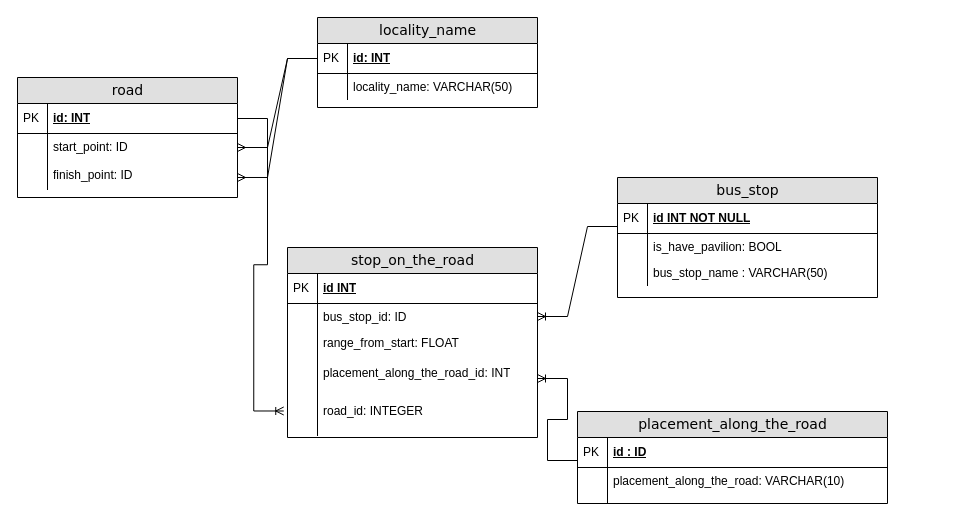
This is lab2/Untitled Diagram.drawio from omgwer/Databases, a draw.io file, before an edit. Source tidied: cells renumbered, new cells numbered last; positions are measured from the earlier drawing's top-left corner, leaving out a move shared by most shapes. Both pictures are drawn from the tidied source at 100%, with x=0, y=0 at pixel (17, 17).
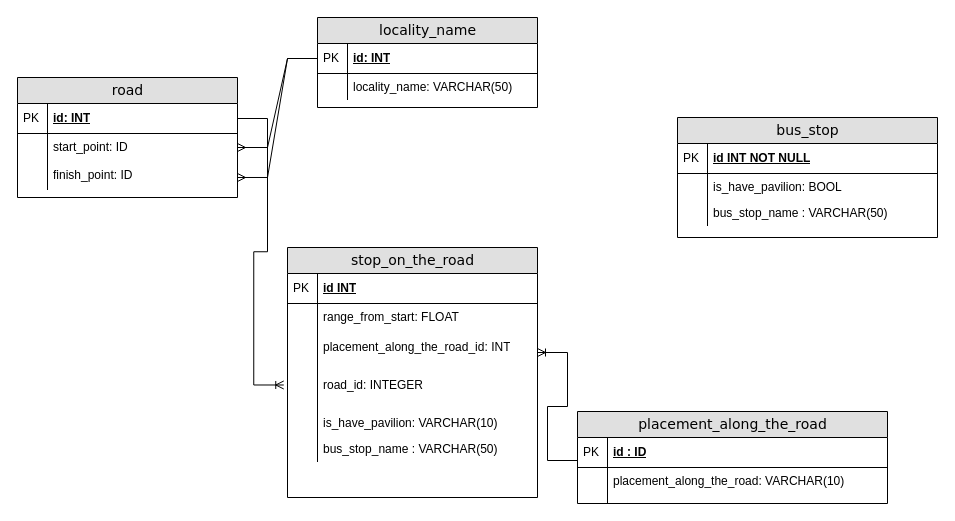
After the change.

The change refers to these unchanged cells:
```xml
<mxCell id="21" value="id INT NOT NULL" style="shape=partialRectangle;top=0;left=0;right=0;bottom=1;html=1;align=left;verticalAlign=middle;fillColor=none;spacingLeft=34;spacingRight=4;whiteSpace=wrap;overflow=hidden;points=[[0,0.5],[1,0.5]];portConstraint=eastwest;fontStyle=5;" parent="20" vertex="1">
  <mxGeometry y="26" width="260" height="30" as="geometry" />
</mxCell>
```

Diff of the diagram source:
```diff
@@
     <mxCell id="9" value="stop_on_the_road" style="swimlane;html=1;fontStyle=0;horizontal=1;startSize=26;fillColor=#e0e0e0;swimlaneFillColor=#ffffff;align=center;rounded=0;shadow=0;comic=0;labelBackgroundColor=none;strokeWidth=1;fontFamily=Verdana;fontSize=14;" parent="1" vertex="1">
-      <mxGeometry x="270" y="230" width="250" height="190" as="geometry" />
+      <mxGeometry x="270" y="230" width="250" height="250" as="geometry" />
     </mxCell>
@@
-    <mxCell id="12" value="bus_stop_id: ID" style="shape=partialRectangle;top=0;left=0;right=0;bottom=0;html=1;align=left;verticalAlign=top;fillColor=none;spacingLeft=34;spacingRight=4;whiteSpace=wrap;overflow=hidden;points=[[0,0.5],[1,0.5]];portConstraint=eastwest;" parent="9" vertex="1">
-      <mxGeometry y="56" width="250" height="26" as="geometry" />
-    </mxCell>
-    <mxCell id="13" style="shape=partialRectangle;top=0;left=0;bottom=0;html=1;fillColor=none;align=left;verticalAlign=top;spacingLeft=4;spacingRight=4;whiteSpace=wrap;overflow=hidden;" parent="12" vertex="1">
-      <mxGeometry width="30" height="26" as="geometry" />
-    </mxCell>
     <mxCell id="14" value="range_from_start: FLOAT" style="shape=partialRectangle;top=0;left=0;right=0;bottom=0;html=1;align=left;verticalAlign=top;fillColor=none;spacingLeft=34;spacingRight=4;whiteSpace=wrap;overflow=hidden;" parent="9" vertex="1">
-      <mxGeometry y="82" width="250" height="30" as="geometry" />
+      <mxGeometry y="56" width="250" height="30" as="geometry" />
     </mxCell>
@@
     <mxCell id="16" value="placement_along_the_road_id: INT" style="shape=partialRectangle;top=0;left=0;right=0;bottom=0;html=1;align=left;verticalAlign=top;fillColor=none;spacingLeft=34;spacingRight=4;whiteSpace=wrap;overflow=hidden;points=[[0,0.5],[1,0.5]];portConstraint=eastwest;" parent="9" vertex="1">
-      <mxGeometry y="112" width="250" height="38" as="geometry" />
+      <mxGeometry y="86" width="250" height="38" as="geometry" />
     </mxCell>
@@
     <mxCell id="18" value="road_id: INTEGER" style="shape=partialRectangle;top=0;left=0;right=0;bottom=0;html=1;align=left;verticalAlign=top;fillColor=none;spacingLeft=34;spacingRight=4;whiteSpace=wrap;overflow=hidden;points=[[0,0.5],[1,0.5]];portConstraint=eastwest;" parent="9" vertex="1">
-      <mxGeometry y="150" width="250" height="38" as="geometry" />
+      <mxGeometry y="124" width="250" height="38" as="geometry" />
     </mxCell>
@@
+    <mxCell id="44" value="is_have_pavilion: VARCHAR(10)" style="shape=partialRectangle;top=0;left=0;right=0;bottom=0;html=1;align=left;verticalAlign=top;fillColor=none;spacingLeft=34;spacingRight=4;whiteSpace=wrap;overflow=hidden;" parent="9" vertex="1">
+      <mxGeometry y="162" width="250" height="26" as="geometry" />
+    </mxCell>
+    <mxCell id="45" style="shape=partialRectangle;top=0;left=0;bottom=0;html=1;fillColor=none;align=left;verticalAlign=top;spacingLeft=4;spacingRight=4;whiteSpace=wrap;overflow=hidden;" parent="44" vertex="1">
+      <mxGeometry width="30" height="26" as="geometry" />
+    </mxCell>
+    <mxCell id="46" value="bus_stop_name : VARCHAR(50)" style="shape=partialRectangle;top=0;left=0;right=0;bottom=0;html=1;align=left;verticalAlign=top;fillColor=none;spacingLeft=34;spacingRight=4;whiteSpace=wrap;overflow=hidden;" parent="9" vertex="1">
+      <mxGeometry y="188" width="250" height="26" as="geometry" />
+    </mxCell>
+    <mxCell id="47" style="shape=partialRectangle;top=0;left=0;bottom=0;html=1;fillColor=none;align=left;verticalAlign=top;spacingLeft=4;spacingRight=4;whiteSpace=wrap;overflow=hidden;" parent="46" vertex="1">
+      <mxGeometry width="30" height="26" as="geometry" />
+    </mxCell>
     <mxCell id="20" value="bus_stop" style="swimlane;html=1;fontStyle=0;horizontal=1;startSize=26;fillColor=#e0e0e0;swimlaneFillColor=#ffffff;align=center;rounded=0;shadow=0;comic=0;labelBackgroundColor=none;strokeWidth=1;fontFamily=Verdana;fontSize=14;" parent="1" vertex="1">
-      <mxGeometry x="600" y="160" width="260" height="120" as="geometry" />
+      <mxGeometry x="660" y="100" width="260" height="120" as="geometry" />
     </mxCell>
@@
-    <mxCell id="42" style="edgeStyle=entityRelationEdgeStyle;fontSize=12;html=1;endArrow=ERoneToMany;rounded=0;exitX=0;exitY=0.767;exitDx=0;exitDy=0;exitPerimeter=0;entryX=1;entryY=0.5;entryDx=0;entryDy=0;" parent="1" edge="1" source="21" target="12">
-      <mxGeometry relative="1" as="geometry" />
-    </mxCell>
```
